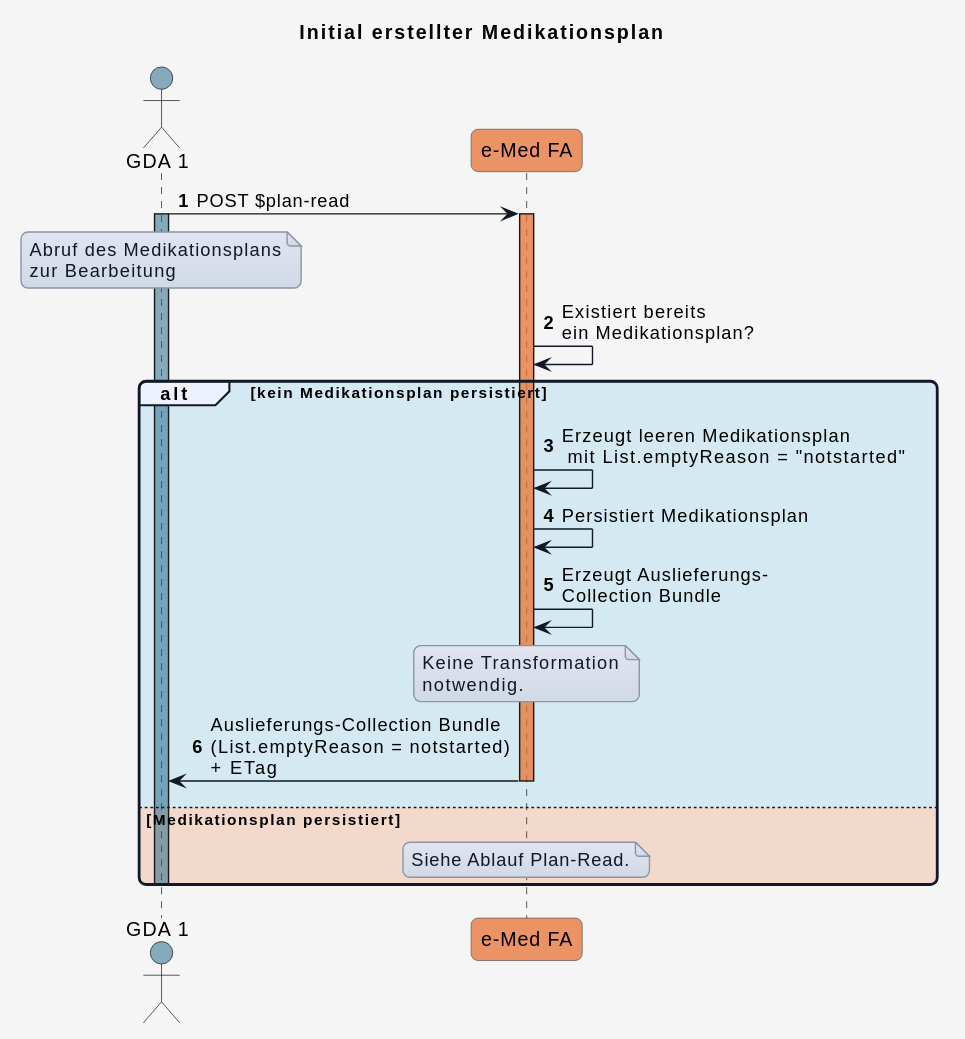
Above: r4-ELGA-e-Medikation-main/plantuml/UC_eMed_05_03.svg in HL7Austria/hl7austria.github.io (PlantUML), before the change.
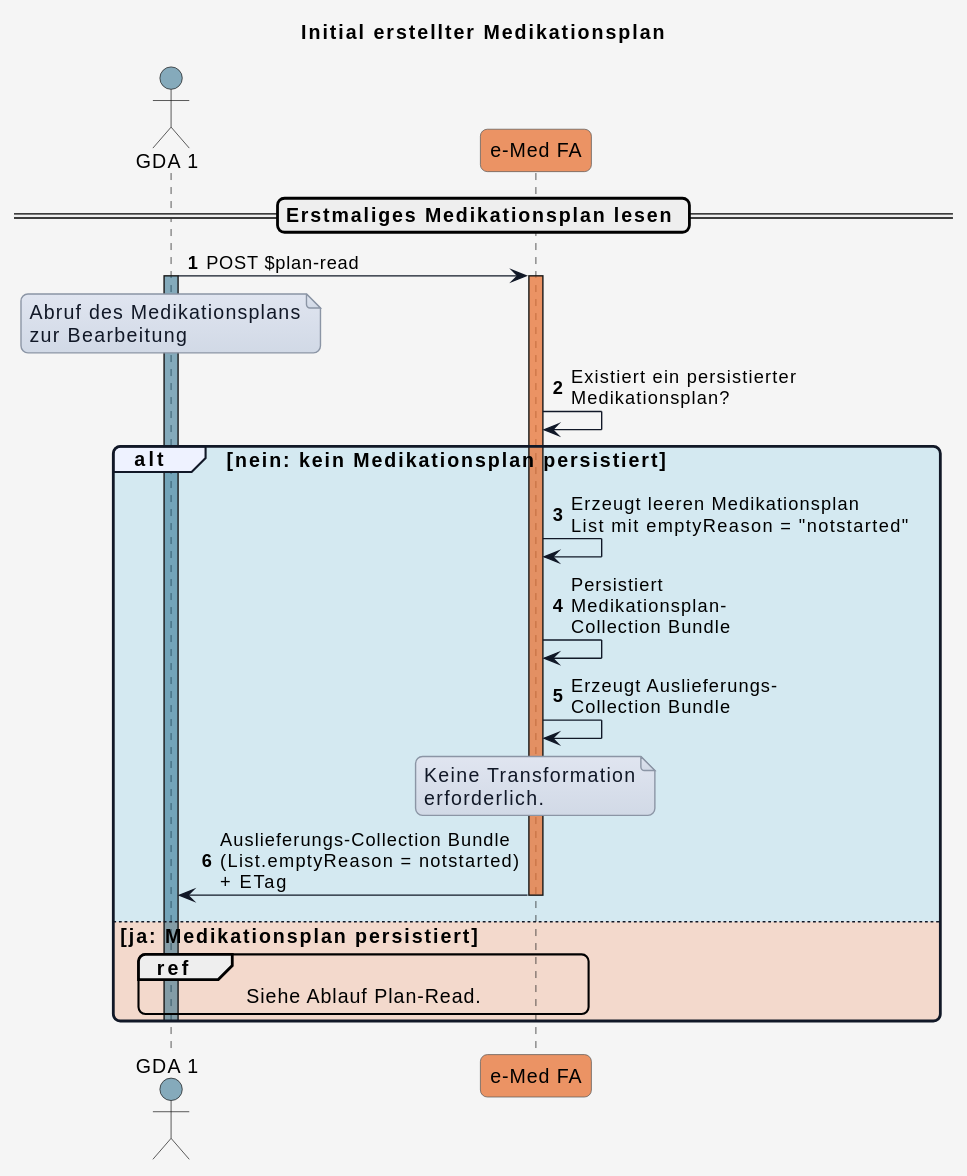
After the change.

Change to the diagram source:
```diff
@@ -7,6 +7,7 @@
 skinparam shadowing false
 skinparam roundCorner 10
 skinparam defaultFontName "Arial"
+skinparam defaultFontSize 14
 skinparam defaultFontColor #000000
 skinparam HyperlinkColor #0000EE
 skinparam HyperlinkUnderline false
@@ -53,6 +54,8 @@
 
 autonumber
 
+== Erstmaliges Medikationsplan lesen ==
+
 GDA_1 -> eMed_FA: POST $plan-read
 activate GDA_1 COLOR_GDA_1
 
@@ -62,26 +65,28 @@
 end note
 
 activate eMed_FA COLOR_EMED_FA
-eMed_FA -> eMed_FA: Existiert bereits\nein Medikationsplan?
+eMed_FA -> eMed_FA: Existiert ein persistierter\nMedikationsplan?
 
-alt COLOR_OK kein Medikationsplan persistiert
+alt COLOR_OK nein: kein Medikationsplan persistiert
 
-  eMed_FA -> eMed_FA: Erzeugt leeren Medikationsplan\n mit List.emptyReason = "notstarted"
-  eMed_FA -> eMed_FA: Persistiert Medikationsplan
+  eMed_FA -> eMed_FA: Erzeugt leeren Medikationsplan\nList mit emptyReason = "notstarted"
+  eMed_FA -> eMed_FA: Persistiert\nMedikationsplan-\nCollection Bundle
+  eMed_FA -> eMed_FA: Erzeugt Auslieferungs-\nCollection Bundle
 
-  eMed_FA -> eMed_FA: Erzeugt Auslieferungs-\nCollection Bundle
   note over eMed_FA
   Keine Transformation
-  notwendig.
+  erforderlich.
   end note
   eMed_FA -> GDA_1: Auslieferungs-Collection Bundle\n(List.emptyReason = notstarted)\n+ ETag
   deactivate eMed_FA
 
 
-else COLOR_ERROR Medikationsplan persistiert
-  note over eMed_FA
+else COLOR_ERROR ja: Medikationsplan persistiert
+
+  ref over GDA_1,eMed_FA
   Siehe Ablauf Plan-Read.
-  end note
+  end ref
 
 deactivate GDA_1
+end
 @enduml
```
